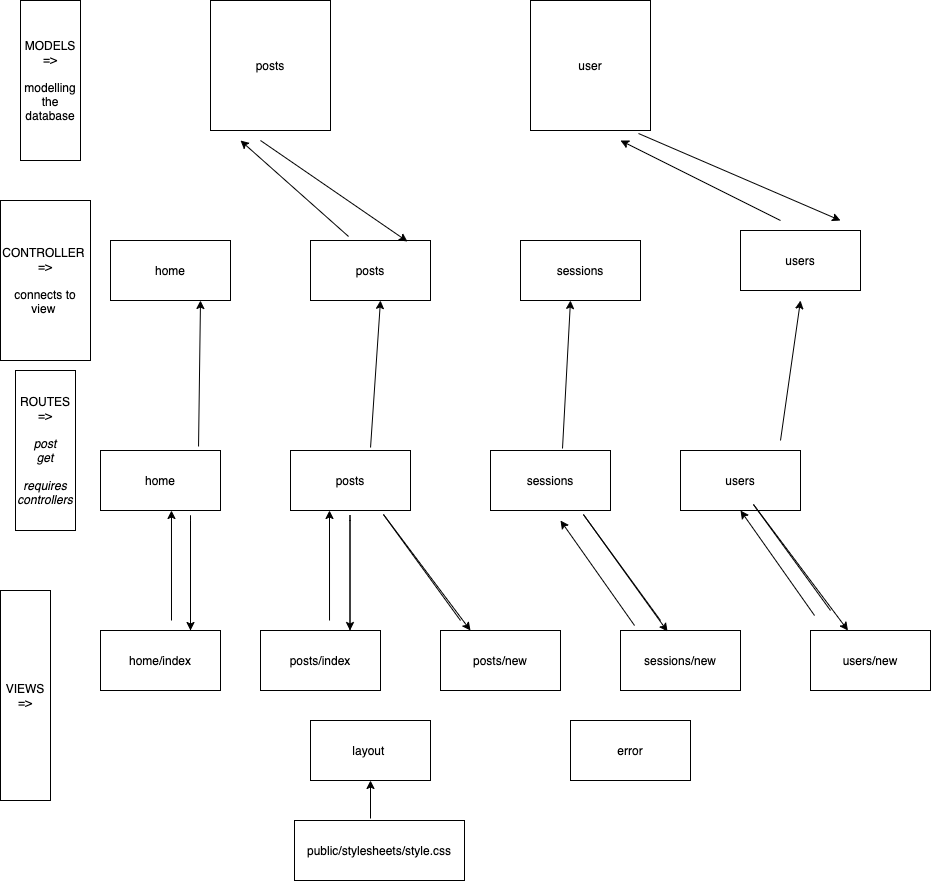
Above: sign_up_diagram.drawio.png in makersacademy/acebook-node-template (draw.io), before the change. Source tidied: cells renumbered, new cells last; positions are measured from the earlier drawing's top-left corner, leaving out a move shared by most shapes.
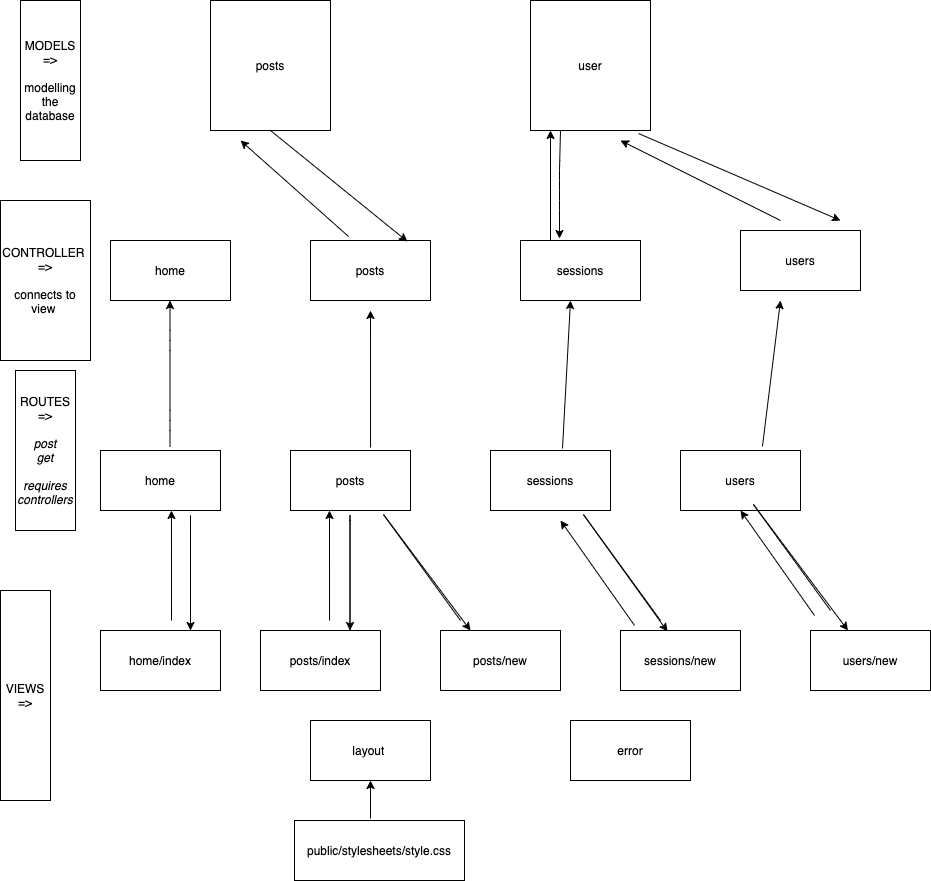
After the commit.

Diff of the diagram source:
```diff
@@ -107,10 +107,9 @@
         <mxPoint x="840" y="220" as="targetPoint" />
       </mxGeometry>
     </mxCell>
-    <mxCell id="30" style="endArrow=classic;html=1;" parent="1" edge="1">
+    <mxCell id="30" style="endArrow=classic;html=1;exitX=0.683;exitY=-0.067;exitDx=0;exitDy=0;exitPerimeter=0;" parent="1" edge="1" source="11">
       <mxGeometry relative="1" as="geometry">
-        <mxPoint x="780" y="440" as="sourcePoint" />
-        <mxPoint x="800" y="300" as="targetPoint" />
+        <mxPoint x="780" y="300" as="targetPoint" />
       </mxGeometry>
     </mxCell>
     <mxCell id="31" style="endArrow=classic;html=1;exitX=0.6;exitY=-0.033;exitDx=0;exitDy=0;exitPerimeter=0;" parent="1" edge="1" source="12">
@@ -120,18 +119,21 @@
     </mxCell>
     <mxCell id="32" style="endArrow=classic;html=1;exitX=0.667;exitY=-0.05;exitDx=0;exitDy=0;exitPerimeter=0;" parent="1" edge="1" source="13">
       <mxGeometry relative="1" as="geometry">
-        <mxPoint x="380" y="300" as="targetPoint" />
+        <mxPoint x="370" y="310" as="targetPoint" />
       </mxGeometry>
     </mxCell>
-    <mxCell id="33" style="endArrow=classic;html=1;exitX=0.817;exitY=-0.067;exitDx=0;exitDy=0;exitPerimeter=0;" parent="1" edge="1" source="10">
+    <mxCell id="33" style="endArrow=classic;html=1;" parent="1" edge="1">
       <mxGeometry relative="1" as="geometry">
-        <mxPoint x="200" y="300" as="targetPoint" />
+        <mxPoint x="169.5" y="446" as="sourcePoint" />
+        <mxPoint x="169.5" y="300" as="targetPoint" />
+        <Array as="points">
+          <mxPoint x="169.5" y="420" />
+          <mxPoint x="169.5" y="340" />
+        </Array>
       </mxGeometry>
     </mxCell>
-    <mxCell id="34" style="endArrow=classic;html=1;exitX=0.75;exitY=1;exitDx=0;exitDy=0;entryX=0.808;entryY=0.017;entryDx=0;entryDy=0;entryPerimeter=0;" parent="1" edge="1" target="25">
-      <mxGeometry relative="1" as="geometry">
-        <mxPoint x="260" y="140" as="sourcePoint" />
-      </mxGeometry>
+    <mxCell id="34" style="endArrow=classic;html=1;exitX=0.5;exitY=1;exitDx=0;exitDy=0;entryX=0.808;entryY=0.017;entryDx=0;entryDy=0;entryPerimeter=0;" parent="1" edge="1" source="19" target="25">
+      <mxGeometry relative="1" as="geometry" />
     </mxCell>
     <mxCell id="35" style="endArrow=classic;html=1;" parent="1" edge="1">
       <mxGeometry relative="1" as="geometry">
@@ -180,5 +182,19 @@
         <mxPoint x="740" y="510" as="targetPoint" />
       </mxGeometry>
     </mxCell>
+    <mxCell id="42" style="endArrow=classic;html=1;exitX=0.25;exitY=0;exitDx=0;exitDy=0;" parent="1" edge="1" source="26">
+      <mxGeometry relative="1" as="geometry">
+        <mxPoint x="550" y="130" as="targetPoint" />
+      </mxGeometry>
+    </mxCell>
+    <mxCell id="43" style="endArrow=classic;html=1;exitX=0.9;exitY=1.023;exitDx=0;exitDy=0;exitPerimeter=0;entryX=0.325;entryY=-0.033;entryDx=0;entryDy=0;entryPerimeter=0;" parent="1" edge="1" target="26">
+      <mxGeometry relative="1" as="geometry">
+        <mxPoint x="560" y="130" as="sourcePoint" />
+        <Array as="points">
+          <mxPoint x="559" y="170" />
+          <mxPoint x="559" y="200" />
+        </Array>
+      </mxGeometry>
+    </mxCell>
   </root>
 </mxGraphModel>
```
